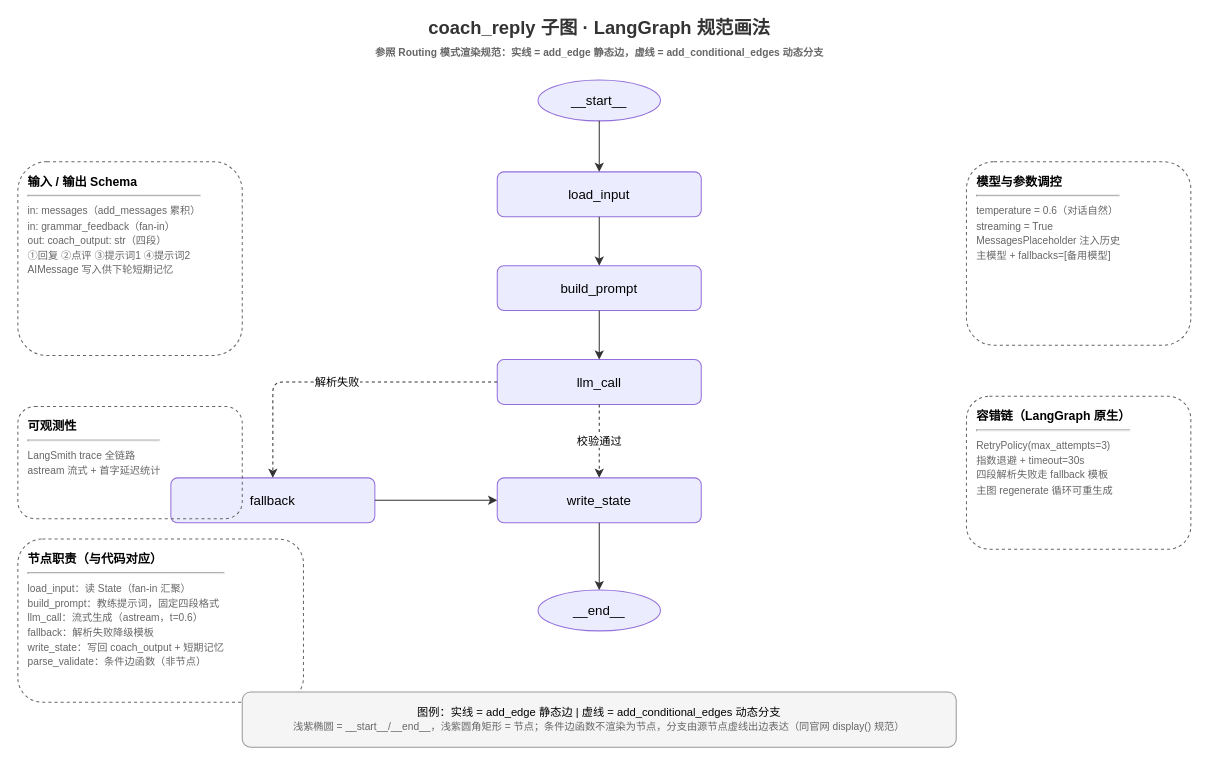
Ekko306/dialog-ai keeps this draw.io diagram as backend/src/talk_agent/document/coach_reply_graph.drawio. Above is the earlier version. Source tidied: cells renumbered, new cells numbered last; positions are measured from the earlier drawing's top-left corner, leaving out a move shared by most shapes. Both pictures are drawn from the tidied source at 102%, with x=0, y=0 at pixel (17, 18).
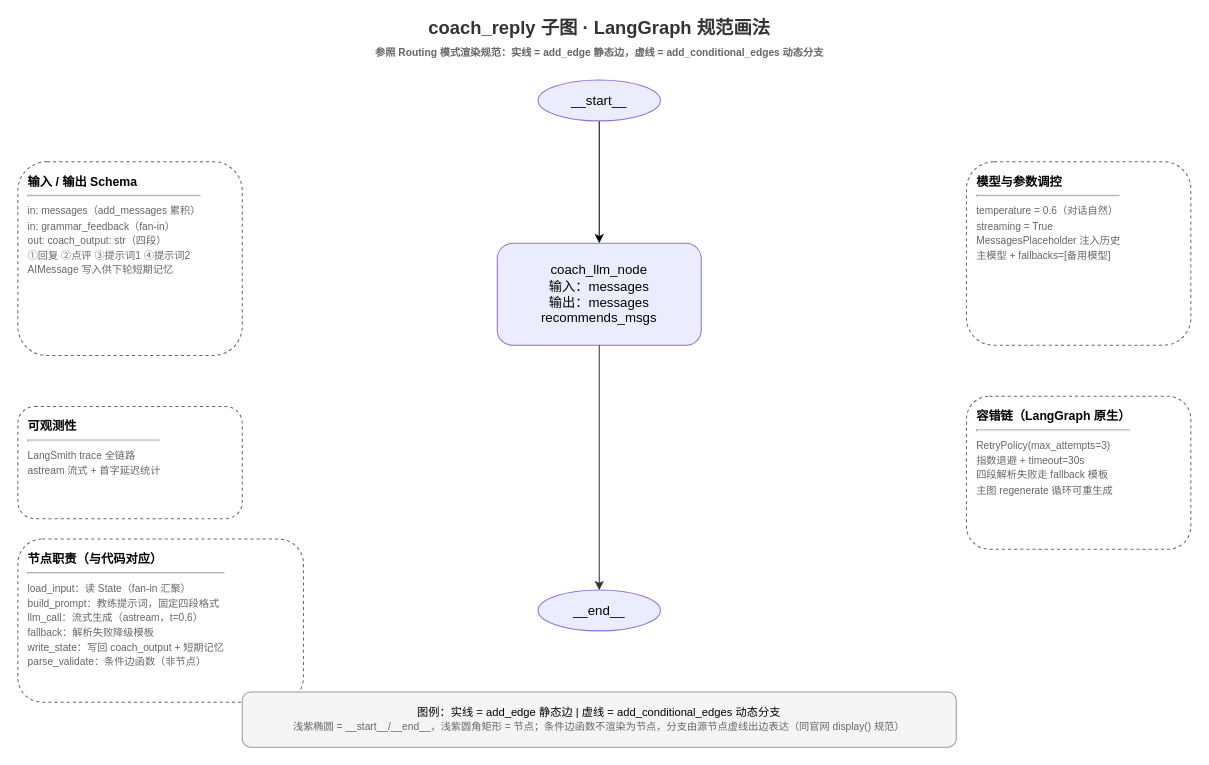
Above is the later version.

Unchanged cells that the change refers to:
```xml
<mxCell id="3" value="__start__" style="ellipse;whiteSpace=wrap;html=1;fillColor=#ECECFF;strokeColor=#9370DB;fontSize=13;" parent="1" vertex="1">
  <mxGeometry x="510" y="60" width="120" height="40" as="geometry" />
</mxCell>
```

Diff of the diagram source:
```diff
@@
+    <mxCell id="23" style="edgeStyle=none;html=1;entryX=0.5;entryY=0;entryDx=0;entryDy=0;" parent="1" edge="1" source="3" target="8">
+      <mxGeometry relative="1" as="geometry" />
+    </mxCell>
@@
-    <mxCell id="4" value="load_input" style="rounded=1;whiteSpace=wrap;html=1;fillColor=#ECECFF;strokeColor=#9370DB;fontSize=13;" parent="1" vertex="1">
-      <mxGeometry x="470" y="150" width="200" height="44" as="geometry" />
-    </mxCell>
-    <mxCell id="5" value="build_prompt" style="rounded=1;whiteSpace=wrap;html=1;fillColor=#ECECFF;strokeColor=#9370DB;fontSize=13;" parent="1" vertex="1">
-      <mxGeometry x="470" y="242" width="200" height="44" as="geometry" />
-    </mxCell>
-    <mxCell id="6" value="llm_call" style="rounded=1;whiteSpace=wrap;html=1;fillColor=#ECECFF;strokeColor=#9370DB;fontSize=13;" parent="1" vertex="1">
-      <mxGeometry x="470" y="334" width="200" height="44" as="geometry" />
-    </mxCell>
-    <mxCell id="7" value="fallback" style="rounded=1;whiteSpace=wrap;html=1;fillColor=#ECECFF;strokeColor=#9370DB;fontSize=13;" parent="1" vertex="1">
-      <mxGeometry x="150" y="450" width="200" height="44" as="geometry" />
-    </mxCell>
-    <mxCell id="8" value="write_state" style="rounded=1;whiteSpace=wrap;html=1;fillColor=#ECECFF;strokeColor=#9370DB;fontSize=13;" parent="1" vertex="1">
-      <mxGeometry x="470" y="450" width="200" height="44" as="geometry" />
+    <mxCell id="8" value="coach_llm_node&lt;br&gt;输入：messages&lt;br&gt;输出：messages&lt;br&gt;recommends_msgs" style="rounded=1;whiteSpace=wrap;html=1;fillColor=#ECECFF;strokeColor=#9370DB;fontSize=13;" parent="1" vertex="1">
+      <mxGeometry x="470" y="220" width="200" height="100" as="geometry" />
     </mxCell>
@@
-    <mxCell id="10" style="edgeStyle=orthogonalEdgeStyle;rounded=1;html=1;strokeColor=#333333;fontSize=11;" parent="1" edge="1" source="3" target="4">
-      <mxGeometry relative="1" as="geometry" />
-    </mxCell>
-    <mxCell id="11" style="edgeStyle=orthogonalEdgeStyle;rounded=1;html=1;strokeColor=#333333;fontSize=11;" parent="1" edge="1" source="4" target="5">
-      <mxGeometry relative="1" as="geometry" />
-    </mxCell>
-    <mxCell id="12" style="edgeStyle=orthogonalEdgeStyle;rounded=1;html=1;strokeColor=#333333;fontSize=11;" parent="1" edge="1" source="5" target="6">
-      <mxGeometry relative="1" as="geometry" />
-    </mxCell>
-    <mxCell id="13" value="校验通过" style="edgeStyle=orthogonalEdgeStyle;rounded=1;html=1;dashed=1;strokeColor=#333333;fontSize=11;exitX=0.5;exitY=1;exitDx=0;exitDy=0;entryX=0.5;entryY=0;entryDx=0;entryDy=0;" parent="1" edge="1" source="6" target="8">
-      <mxGeometry relative="1" as="geometry" />
-    </mxCell>
-    <mxCell id="14" value="解析失败" style="edgeStyle=orthogonalEdgeStyle;rounded=1;html=1;dashed=1;strokeColor=#333333;fontSize=11;exitX=0;exitY=0.5;exitDx=0;exitDy=0;entryX=0.5;entryY=0;entryDx=0;entryDy=0;" parent="1" edge="1" source="6" target="7">
-      <mxGeometry relative="1" as="geometry" />
-    </mxCell>
-    <mxCell id="15" style="edgeStyle=orthogonalEdgeStyle;rounded=1;html=1;strokeColor=#333333;fontSize=11;exitX=1;exitY=0.5;exitDx=0;exitDy=0;entryX=0;entryY=0.5;entryDx=0;entryDy=0;" parent="1" edge="1" source="7" target="8">
-      <mxGeometry relative="1" as="geometry" />
-    </mxCell>
```
